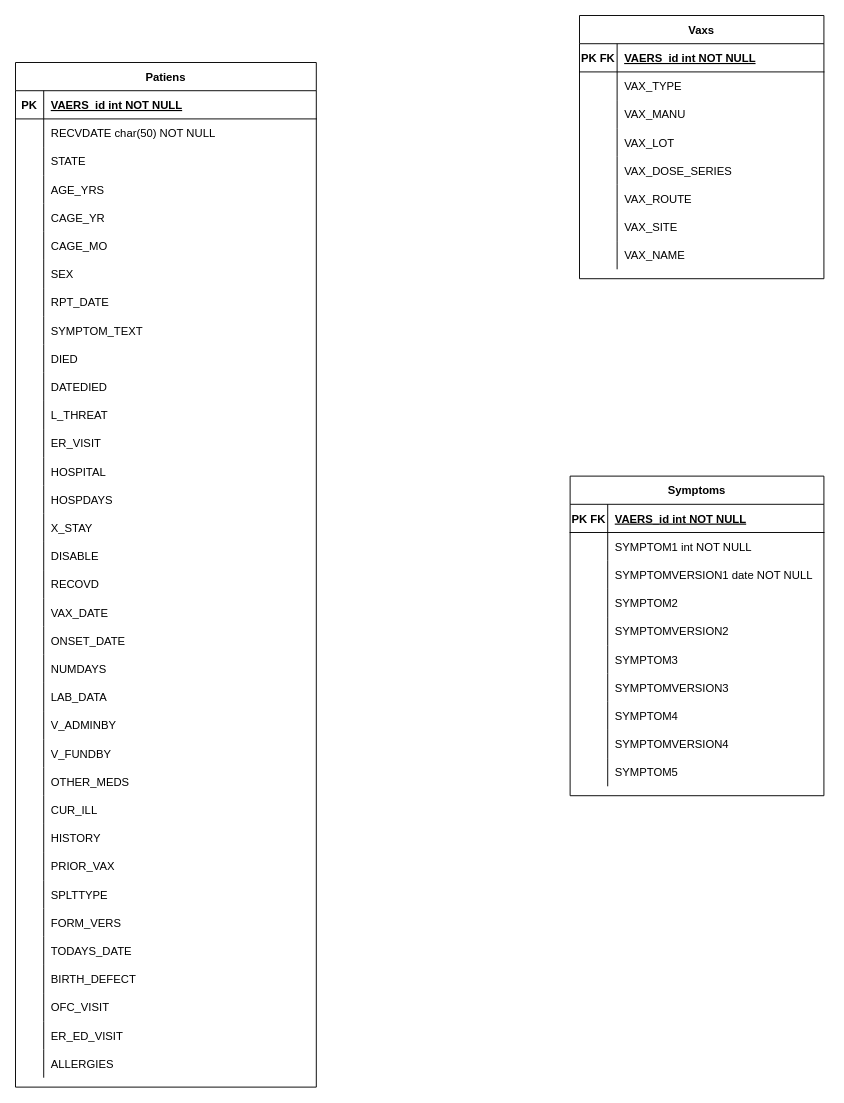
The draw.io diagram 未命名绘图.drawio in Ender-Zhang/algrithm_design, before the edit. Source tidied: cells renumbered, new cells numbered last; positions are measured from the earlier drawing's top-left corner, leaving out a move shared by most shapes. Both pictures are drawn from the tidied source at 94%, with x=0, y=0 at pixel (15, 15).
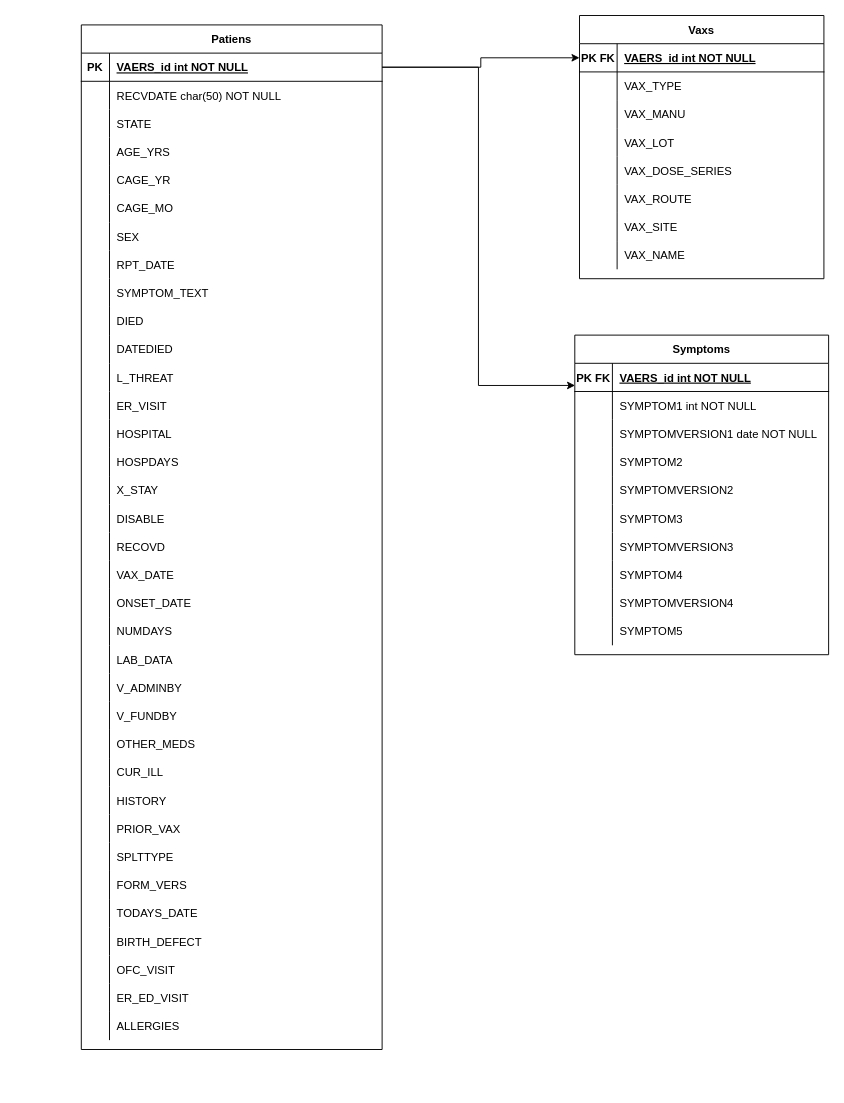
Above is the later version.

Unchanged cells that the change refers to:
```xml
<mxCell id="3" style="shape=partialRectangle;fillColor=none;points=[[0,0.5],[1,0.5]];portConstraint=eastwest;top=0;left=0;right=0;bottom=1;" parent="2" vertex="1">
  <mxGeometry y="30" width="260" height="30" as="geometry" />
</mxCell>
<mxCell id="28" style="shape=partialRectangle;fillColor=none;points=[[0,0.5],[1,0.5]];portConstraint=eastwest;top=0;left=0;right=0;bottom=1;" parent="27" vertex="1">
  <mxGeometry y="30" width="270" height="30" as="geometry" />
</mxCell>
<mxCell id="59" style="shape=partialRectangle;fillColor=none;points=[[0,0.5],[1,0.5]];portConstraint=eastwest;top=0;left=0;right=0;bottom=1;" parent="58" vertex="1">
  <mxGeometry y="30" width="320" height="30" as="geometry" />
</mxCell>
```

The edit, as a diff of the source:
```diff
@@
     <mxCell id="27" value="Symptoms" style="shape=table;startSize=30;childLayout=tableLayout;rowLines=0;fontStyle=1;align=center;" parent="1" vertex="1">
-      <mxGeometry x="590" y="490" width="270" height="340" as="geometry" />
+      <mxGeometry x="595" y="340" width="270" height="340" as="geometry" />
     </mxCell>
@@
     <mxCell id="58" value="Patiens" style="shape=table;startSize=30;childLayout=tableLayout;rowLines=0;fontStyle=1;align=center;" parent="1" vertex="1">
-      <mxGeometry y="50" width="320" height="1090" as="geometry" />
+      <mxGeometry x="70" y="10" width="320" height="1090" as="geometry" />
     </mxCell>
@@
+    <mxCell id="164" style="edgeStyle=orthogonalEdgeStyle;rounded=0;jettySize=auto;html=1;" parent="1" edge="1" source="59" target="3">
+      <mxGeometry relative="1" as="geometry" />
+    </mxCell>
+    <mxCell id="165" style="edgeStyle=orthogonalEdgeStyle;rounded=0;jettySize=auto;html=1;entryX=0.001;entryY=0.785;entryDx=0;entryDy=0;entryPerimeter=0;" parent="1" edge="1" source="59" target="28">
+      <mxGeometry relative="1" as="geometry" />
+    </mxCell>
```
